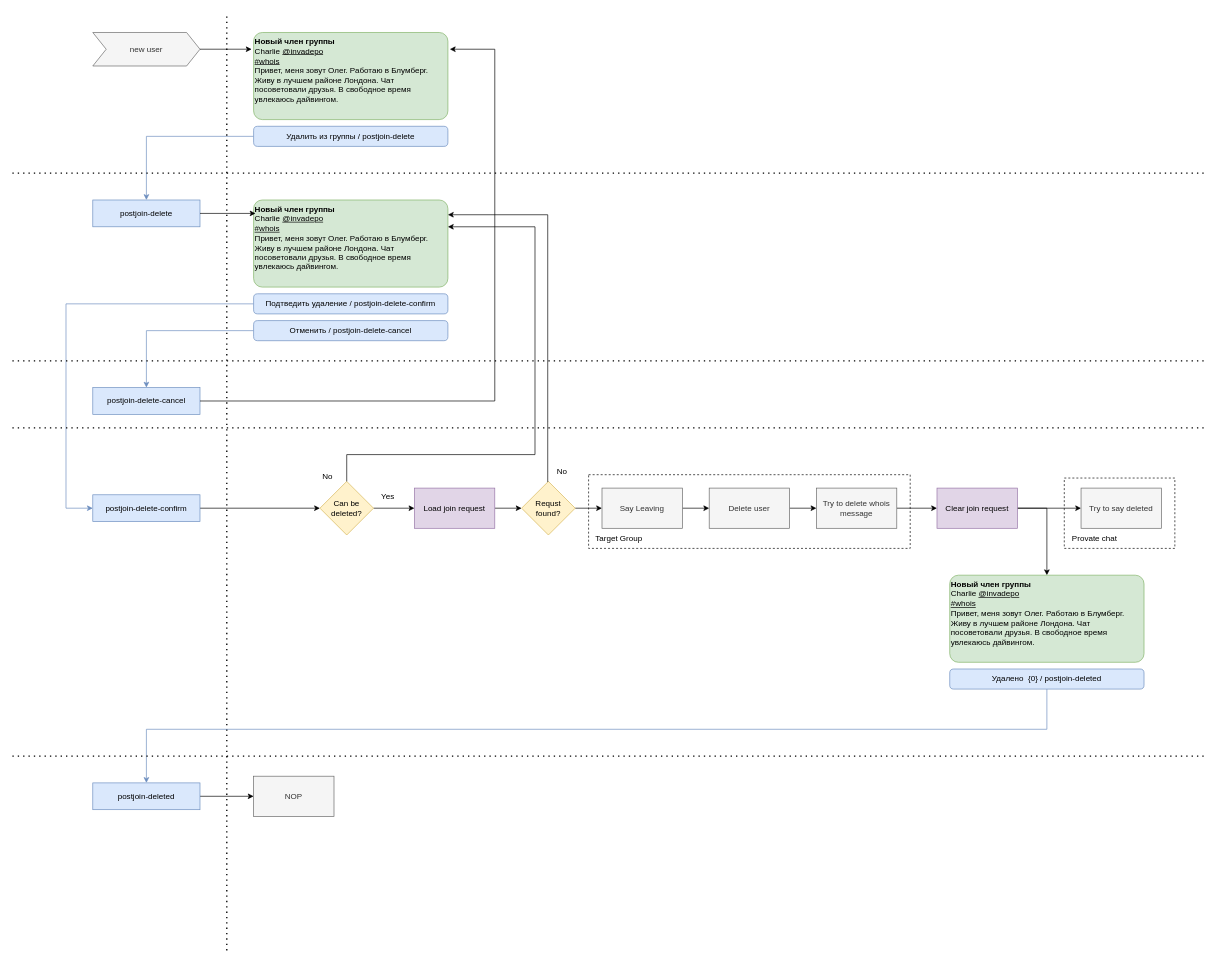
The draw.io diagram page "Adin PostJoin" (5 of 5) of Docs/Images/Butler.Bot.drawio in eseuruk/Butler.Bot, before the edit. Source tidied: cells renumbered, new cells numbered last; positions are measured from the earlier drawing's top-left corner, leaving out a move shared by most shapes. Both pictures are drawn from the tidied source at 67%, with x=0, y=0 at pixel (12, 12).
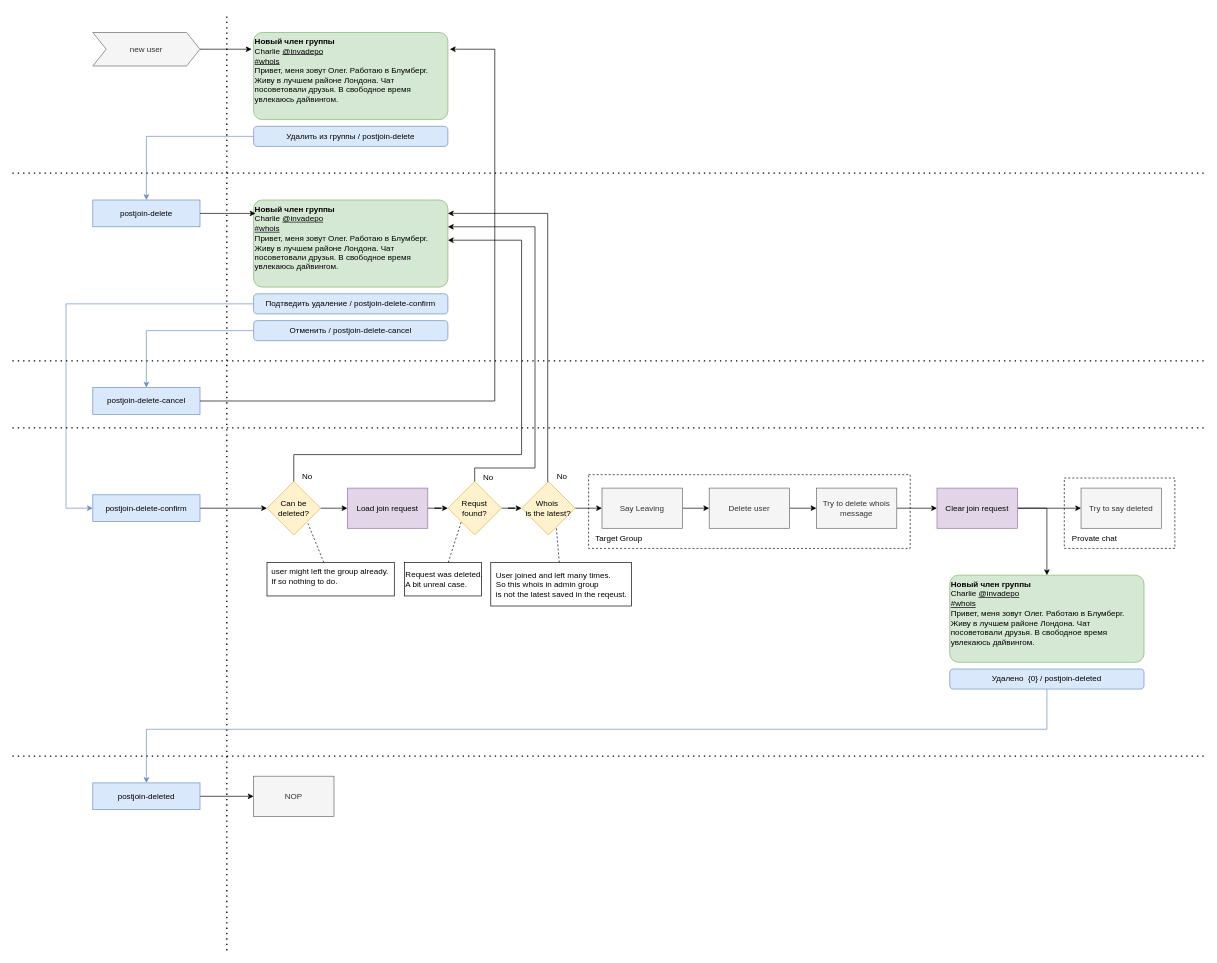
Above is the later version.

Commit message:
Update workflow diagrams

The change refers to these unchanged cells:
```xml
<mxCell id="14" value="&lt;div&gt;&lt;b&gt;Новый член группы&lt;/b&gt;&lt;/div&gt;&lt;div&gt;Charlie &lt;u&gt;@invadepo&lt;/u&gt;&lt;/div&gt;&lt;div&gt;&lt;u&gt;#whois&lt;/u&gt;&lt;/div&gt;&lt;div&gt;Привет, меня зовут Олег. Работаю в Блумберг. Живу в лучшем районе Лондона. Чат посоветовали друзья. В свободное время увлекаюсь дайвингом.&lt;br&gt;&lt;/div&gt;" style="rounded=1;whiteSpace=wrap;html=1;arcSize=10;align=left;verticalAlign=top;fillColor=#d5e8d4;strokeColor=#82b366;" parent="1" vertex="1">
  <mxGeometry x="360" y="280" width="290" height="130" as="geometry" />
</mxCell>
```

Change to the diagram source:
```diff
@@
     <mxCell id="8" value="Can be deleted?" style="rhombus;whiteSpace=wrap;html=1;fillColor=#fff2cc;strokeColor=#d6b656;" parent="1" vertex="1">
-      <mxGeometry x="459" y="700" width="80" height="80" as="geometry" />
+      <mxGeometry x="380" y="700" width="80" height="80" as="geometry" />
     </mxCell>
@@
-    <mxCell id="27" value="Requst &lt;br&gt;found?" style="rhombus;whiteSpace=wrap;html=1;fillColor=#fff2cc;strokeColor=#d6b656;" parent="1" vertex="1">
+    <mxCell id="27" value="Whois&amp;nbsp;&lt;br&gt;is the latest?" style="rhombus;whiteSpace=wrap;html=1;fillColor=#fff2cc;strokeColor=#d6b656;" parent="1" vertex="1">
       <mxGeometry x="760" y="700" width="80" height="80" as="geometry" />
     </mxCell>
-    <mxCell id="28" value="Yes" style="text;html=1;align=center;verticalAlign=middle;strokeColor=none;fillColor=none;" parent="1" vertex="1">
-      <mxGeometry x="540" y="708" width="40" height="30" as="geometry" />
-    </mxCell>
-    <mxCell id="29" style="edgeStyle=orthogonalEdgeStyle;rounded=0;jettySize=auto;html=1;" parent="1" edge="1" source="30" target="27">
+    <mxCell id="29" style="edgeStyle=orthogonalEdgeStyle;rounded=0;jettySize=auto;html=1;" parent="1" edge="1" source="55" target="27">
       <mxGeometry relative="1" as="geometry" />
     </mxCell>
     <mxCell id="30" value="Load join request" style="rounded=0;whiteSpace=wrap;html=1;fillColor=#e1d5e7;strokeColor=#9673a6;" parent="1" vertex="1">
-      <mxGeometry x="600" y="710" width="120" height="60" as="geometry" />
+      <mxGeometry x="500" y="710" width="120" height="60" as="geometry" />
     </mxCell>
@@
-    <mxCell id="50" style="edgeStyle=orthogonalEdgeStyle;rounded=0;jettySize=auto;html=1;" parent="1" edge="1" source="8" target="14">
+    <mxCell id="50" style="edgeStyle=orthogonalEdgeStyle;rounded=0;jettySize=auto;html=1;" parent="1" edge="1" source="8">
       <mxGeometry relative="1" as="geometry">
+        <mxPoint x="650" y="340" as="targetPoint" />
         <Array as="points">
-          <mxPoint x="499" y="660" />
-          <mxPoint x="780" y="660" />
-          <mxPoint x="780" y="320" />
+          <mxPoint x="420" y="660" />
+          <mxPoint x="760" y="660" />
+          <mxPoint x="760" y="340" />
         </Array>
       </mxGeometry>
     </mxCell>
-    <mxCell id="51" style="edgeStyle=orthogonalEdgeStyle;rounded=0;jettySize=auto;html=1;" parent="1" edge="1" source="27" target="14">
+    <mxCell id="51" style="edgeStyle=orthogonalEdgeStyle;rounded=0;jettySize=auto;html=1;" parent="1" edge="1" source="27">
       <mxGeometry relative="1" as="geometry">
+        <mxPoint x="650" y="300" as="targetPoint" />
         <Array as="points">
-          <mxPoint x="799" y="302" />
+          <mxPoint x="799" y="300" />
+          <mxPoint x="650" y="300" />
         </Array>
       </mxGeometry>
     </mxCell>
     <mxCell id="52" value="No" style="text;html=1;align=center;verticalAlign=middle;strokeColor=none;fillColor=none;" parent="1" vertex="1">
-      <mxGeometry x="450" y="678" width="40" height="30" as="geometry" />
+      <mxGeometry x="420" y="678" width="40" height="30" as="geometry" />
     </mxCell>
     <mxCell id="53" value="No" style="text;html=1;align=center;verticalAlign=middle;strokeColor=none;fillColor=none;" parent="1" vertex="1">
-      <mxGeometry x="800" y="670" width="40" height="30" as="geometry" />
+      <mxGeometry x="800" y="678" width="40" height="30" as="geometry" />
     </mxCell>
+    <mxCell id="54" style="edgeStyle=orthogonalEdgeStyle;rounded=0;jettySize=auto;html=1;" parent="1" edge="1" source="30" target="55">
+      <mxGeometry relative="1" as="geometry" />
+    </mxCell>
+    <mxCell id="55" value="Requst &lt;br&gt;found?" style="rhombus;whiteSpace=wrap;html=1;fillColor=#fff2cc;strokeColor=#d6b656;" parent="1" vertex="1">
+      <mxGeometry x="650" y="700" width="80" height="80" as="geometry" />
+    </mxCell>
+    <mxCell id="56" style="edgeStyle=orthogonalEdgeStyle;rounded=0;jettySize=auto;html=1;" parent="1" edge="1" source="55">
+      <mxGeometry relative="1" as="geometry">
+        <mxPoint x="650" y="320" as="targetPoint" />
+        <Array as="points">
+          <mxPoint x="690" y="680" />
+          <mxPoint x="780" y="680" />
+          <mxPoint x="780" y="320" />
+          <mxPoint x="650" y="320" />
+        </Array>
+      </mxGeometry>
+    </mxCell>
+    <mxCell id="57" value="No" style="text;html=1;align=center;verticalAlign=middle;strokeColor=none;fillColor=none;" parent="1" vertex="1">
+      <mxGeometry x="690" y="680" width="40" height="30" as="geometry" />
+    </mxCell>
+    <mxCell id="58" style="rounded=0;jettySize=auto;html=1;endArrow=none;endFill=0;dashed=1;" parent="1" edge="1" source="59">
+      <mxGeometry relative="1" as="geometry">
+        <mxPoint x="440" y="760" as="targetPoint" />
+      </mxGeometry>
+    </mxCell>
+    <mxCell id="59" style="rounded=0;whiteSpace=wrap;html=1;align=left;" parent="1" vertex="1">
+      <mxGeometry x="380" y="821" width="190" height="50" as="geometry" />
+    </mxCell>
+    <mxCell id="60" value="user might left the group already.&lt;br style=&quot;border-color: var(--border-color);&quot;&gt;&lt;span style=&quot;&quot;&gt;If so nothing to do.&lt;/span&gt;" style="text;html=1;align=left;verticalAlign=middle;strokeColor=none;fillColor=none;" parent="1" vertex="1">
+      <mxGeometry x="385" y="821" width="200" height="40" as="geometry" />
+    </mxCell>
+    <mxCell id="61" style="rounded=0;whiteSpace=wrap;html=1;align=left;" parent="1" vertex="1">
+      <mxGeometry x="585" y="821" width="115" height="50" as="geometry" />
+    </mxCell>
+    <mxCell id="62" style="rounded=0;jettySize=auto;html=1;entryX=0;entryY=1;entryDx=0;entryDy=0;endArrow=none;endFill=0;dashed=1;" parent="1" edge="1" source="61" target="55">
+      <mxGeometry relative="1" as="geometry" />
+    </mxCell>
+    <mxCell id="63" value="Request was deleted. &lt;br&gt;A bit unreal case." style="text;html=1;align=left;verticalAlign=middle;strokeColor=none;fillColor=none;" parent="1" vertex="1">
+      <mxGeometry x="585" y="826" width="140" height="40" as="geometry" />
+    </mxCell>
+    <mxCell id="64" style="rounded=0;whiteSpace=wrap;html=1;align=left;" parent="1" vertex="1">
+      <mxGeometry x="714" y="821" width="210" height="65" as="geometry" />
+    </mxCell>
+    <mxCell id="65" value="User joined and left many times. &lt;br&gt;So this whois in admin group &lt;br&gt;is not the latest saved in the reqeust." style="text;html=1;align=left;verticalAlign=middle;strokeColor=none;fillColor=none;" parent="1" vertex="1">
+      <mxGeometry x="720" y="823.5" width="220" height="60" as="geometry" />
+    </mxCell>
+    <mxCell id="66" style="rounded=0;jettySize=auto;html=1;entryX=0.65;entryY=0.875;entryDx=0;entryDy=0;entryPerimeter=0;endArrow=none;endFill=0;dashed=1;" parent="1" edge="1" source="64" target="27">
+      <mxGeometry relative="1" as="geometry" />
+    </mxCell>
```
